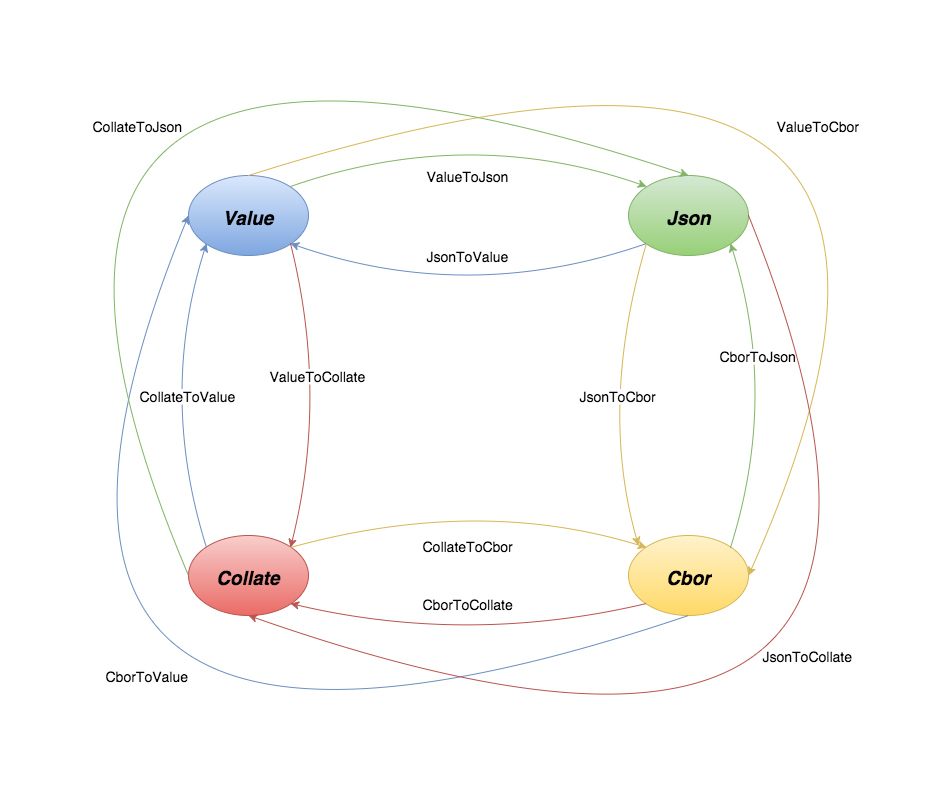
Earlier version of the draw.io export docs/transforms.png (bnclabs/gson). Source tidied: cells renumbered, new cells last; positions are measured from the earlier drawing's top-left corner, leaving out a move shared by most shapes. Source of this version:
```xml
<mxGraphModel background="#ffffff">
  <root>
    <mxCell id="0" />
    <mxCell id="1" parent="0" />
    <mxCell id="2" style="ellipse;whiteSpace=wrap;html=1;plain-blue;" parent="1" vertex="1">
      <mxGeometry x="280" y="260" width="120" height="80" as="geometry" />
    </mxCell>
    <mxCell id="3" style="ellipse;whiteSpace=wrap;html=1;plain-red;" parent="1" vertex="1">
      <mxGeometry x="280" y="620" width="120" height="80" as="geometry" />
    </mxCell>
    <mxCell id="4" style="ellipse;whiteSpace=wrap;html=1;plain-green;" parent="1" vertex="1">
      <mxGeometry x="720" y="260" width="120" height="80" as="geometry" />
    </mxCell>
    <mxCell id="5" style="ellipse;whiteSpace=wrap;html=1;plain-yellow;" parent="1" vertex="1">
      <mxGeometry x="720" y="620" width="120" height="80" as="geometry" />
    </mxCell>
    <mxCell id="6" value="ValueToJson" style="endArrow=classic;html=1;curved=1;entryX=0;entryY=0;exitX=1;exitY=0;plain-green;" parent="1" edge="1">
      <mxGeometry x="0.09" y="-48" relative="1" as="geometry">
        <mxPoint x="382" y="271" as="sourcePoint" />
        <mxPoint x="738" y="271" as="targetPoint" />
        <Array as="points">
          <mxPoint x="560" y="209" />
        </Array>
      </mxGeometry>
    </mxCell>
    <mxCell id="7" value="JsonToValue" style="endArrow=classic;html=1;exitX=0;exitY=1;curved=1;entryX=1;entryY=1;plain-blue;" parent="1" edge="1" source="4" target="2">
      <mxGeometry x="0.09" y="-47" relative="1" as="geometry">
        <Array as="points">
          <mxPoint x="560" y="390" />
        </Array>
      </mxGeometry>
    </mxCell>
    <mxCell id="8" value="CollateToValue" style="endArrow=classic;html=1;entryX=0;entryY=1;exitX=0;exitY=0;curved=1;rotation=2;plain-blue;" parent="1" edge="1" source="3" target="2">
      <mxGeometry x="0.06" y="-29" relative="1" as="geometry">
        <Array as="points">
          <mxPoint x="250" y="480" />
        </Array>
        <mxPoint y="-1" as="offset" />
      </mxGeometry>
    </mxCell>
    <mxCell id="9" value="ValueToCollate" style="endArrow=classic;html=1;exitX=1;exitY=1;entryX=1;entryY=0;curved=1;plain-red;" parent="1" edge="1" source="2" target="3">
      <mxGeometry x="-0.14" y="-5" relative="1" as="geometry">
        <Array as="points">
          <mxPoint x="420" y="480" />
        </Array>
      </mxGeometry>
    </mxCell>
    <mxCell id="10" value="CborToCollate" style="endArrow=classic;html=1;entryX=1;entryY=1;exitX=0;exitY=1;curved=1;plain-red;" parent="1" edge="1" source="5" target="3">
      <mxGeometry x="0.05" y="-41" relative="1" as="geometry">
        <Array as="points">
          <mxPoint x="560" y="730" />
        </Array>
      </mxGeometry>
    </mxCell>
    <mxCell id="11" value="CollateToCbor" style="endArrow=classic;html=1;entryX=0;entryY=0;exitX=1;exitY=0;curved=1;plain-yellow;" parent="1" edge="1" source="3" target="5">
      <mxGeometry x="0.08" y="-51" relative="1" as="geometry">
        <Array as="points">
          <mxPoint x="570" y="580" />
        </Array>
      </mxGeometry>
    </mxCell>
    <mxCell id="12" value="CborToJson" style="endArrow=classic;html=1;entryX=1;entryY=1;exitX=1;exitY=0;curved=1;plain-green;" parent="1" edge="1" source="5" target="4">
      <mxGeometry x="0.28" y="7" relative="1" as="geometry">
        <Array as="points">
          <mxPoint x="870" y="480" />
        </Array>
      </mxGeometry>
    </mxCell>
    <mxCell id="13" value="JsonToCbor" style="endArrow=classic;html=1;exitX=0;exitY=1;curved=1;plain-yellow;" parent="1" edge="1" source="4">
      <mxGeometry x="-0.02" y="16" relative="1" as="geometry">
        <mxPoint x="730" y="630" as="targetPoint" />
        <Array as="points">
          <mxPoint x="690" y="490" />
        </Array>
      </mxGeometry>
    </mxCell>
    <mxCell id="14" value="Value" style="text;html=1;strokeColor=none;fillColor=none;align=center;verticalAlign=bottom;whiteSpace=wrap;overflow=hidden;fontStyle=3;fontSize=19;opacity=0;" parent="1" vertex="1">
      <mxGeometry x="309" y="287" width="61" height="28" as="geometry" />
    </mxCell>
    <mxCell id="15" value="Collate" style="text;html=1;strokeColor=none;fillColor=none;align=center;verticalAlign=bottom;whiteSpace=wrap;overflow=hidden;fontStyle=3;fontSize=19;opacity=0;" parent="1" vertex="1">
      <mxGeometry x="303" y="647" width="73" height="27" as="geometry" />
    </mxCell>
    <mxCell id="16" value="Cbor" style="text;html=1;strokeColor=none;fillColor=none;align=center;verticalAlign=bottom;whiteSpace=wrap;overflow=hidden;fontStyle=3;fontSize=19;opacity=0;" parent="1" vertex="1">
      <mxGeometry x="753" y="647" width="54" height="27" as="geometry" />
    </mxCell>
    <mxCell id="17" value="Json" style="text;html=1;strokeColor=none;fillColor=none;align=center;verticalAlign=bottom;whiteSpace=wrap;overflow=hidden;fontStyle=3;fontSize=19;opacity=0;" parent="1" vertex="1">
      <mxGeometry x="753" y="287" width="54" height="27" as="geometry" />
    </mxCell>
    <mxCell id="18" value="CborToValue" style="endArrow=classic;html=1;fontSize=11;entryX=0;entryY=0.5;exitX=0.5;exitY=1;curved=1;plain-blue;" parent="1" edge="1" source="5" target="2">
      <mxGeometry x="-0.3" y="-116" relative="1" as="geometry">
        <Array as="points">
          <mxPoint x="10" y="960" />
        </Array>
      </mxGeometry>
    </mxCell>
    <mxCell id="19" value="ValueToCbor" style="endArrow=classic;html=1;fontSize=11;entryX=1;entryY=0.5;exitX=0.5;exitY=0;curved=1;plain-yellow;" parent="1" edge="1" source="2" target="5">
      <mxGeometry x="-0.27" y="-124" relative="1" as="geometry">
        <Array as="points">
          <mxPoint x="1130" y="10" />
        </Array>
      </mxGeometry>
    </mxCell>
    <mxCell id="20" value="JsonToCollate" style="endArrow=classic;html=1;fontSize=11;entryX=0.5;entryY=1;exitX=1;exitY=0.5;curved=1;plain-red;" parent="1" edge="1" source="4" target="3">
      <mxGeometry x="-0.44" y="-109" relative="1" as="geometry">
        <Array as="points">
          <mxPoint x="1110" y="970" />
        </Array>
      </mxGeometry>
    </mxCell>
    <mxCell id="21" value="CollateToJson" style="endArrow=classic;html=1;fontSize=11;entryX=0.5;entryY=0;exitX=0;exitY=0.5;curved=1;plain-green;" parent="1" edge="1" source="3" target="4">
      <mxGeometry x="-0.44" y="-130" relative="1" as="geometry">
        <Array as="points">
          <mxPoint />
        </Array>
      </mxGeometry>
    </mxCell>
    <mxCell id="22" style="edgeStyle=orthogonalEdgeStyle;curved=1;html=1;exitX=0.75;exitY=0;entryX=0.75;entryY=0;fontSize=11;" parent="1" edge="1" source="17" target="17">
      <mxGeometry relative="1" as="geometry" />
    </mxCell>
  </root>
</mxGraphModel>
```
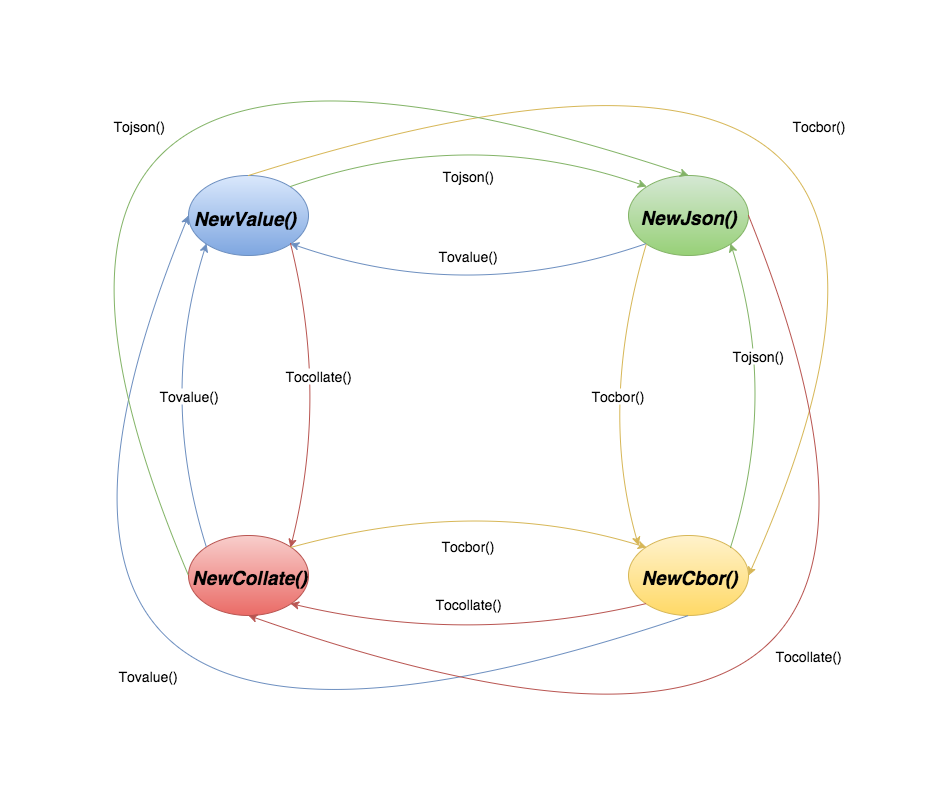
The same diagram one commit later.

Commit message:
update the transforms diagram.

Change to the diagram source:
```diff
@@ -14,7 +14,7 @@
     <mxCell id="5" style="ellipse;whiteSpace=wrap;html=1;plain-yellow;" parent="1" vertex="1">
       <mxGeometry x="720" y="620" width="120" height="80" as="geometry" />
     </mxCell>
-    <mxCell id="6" value="ValueToJson" style="endArrow=classic;html=1;curved=1;entryX=0;entryY=0;exitX=1;exitY=0;plain-green;" parent="1" edge="1">
+    <mxCell id="6" value="Tojson()" style="endArrow=classic;html=1;curved=1;entryX=0;entryY=0;exitX=1;exitY=0;plain-green;" parent="1" edge="1">
       <mxGeometry x="0.09" y="-48" relative="1" as="geometry">
         <mxPoint x="382" y="271" as="sourcePoint" />
         <mxPoint x="738" y="271" as="targetPoint" />
@@ -23,14 +23,14 @@
         </Array>
       </mxGeometry>
     </mxCell>
-    <mxCell id="7" value="JsonToValue" style="endArrow=classic;html=1;exitX=0;exitY=1;curved=1;entryX=1;entryY=1;plain-blue;" parent="1" edge="1" source="4" target="2">
+    <mxCell id="7" value="Tovalue()" style="endArrow=classic;html=1;exitX=0;exitY=1;curved=1;entryX=1;entryY=1;plain-blue;" parent="1" edge="1" source="4" target="2">
       <mxGeometry x="0.09" y="-47" relative="1" as="geometry">
         <Array as="points">
           <mxPoint x="560" y="390" />
         </Array>
       </mxGeometry>
     </mxCell>
-    <mxCell id="8" value="CollateToValue" style="endArrow=classic;html=1;entryX=0;entryY=1;exitX=0;exitY=0;curved=1;rotation=2;plain-blue;" parent="1" edge="1" source="3" target="2">
+    <mxCell id="8" value="Tovalue()" style="endArrow=classic;html=1;entryX=0;entryY=1;exitX=0;exitY=0;curved=1;rotation=2;plain-blue;" parent="1" edge="1" source="3" target="2">
       <mxGeometry x="0.06" y="-29" relative="1" as="geometry">
         <Array as="points">
           <mxPoint x="250" y="480" />
@@ -38,35 +38,35 @@
         <mxPoint y="-1" as="offset" />
       </mxGeometry>
     </mxCell>
-    <mxCell id="9" value="ValueToCollate" style="endArrow=classic;html=1;exitX=1;exitY=1;entryX=1;entryY=0;curved=1;plain-red;" parent="1" edge="1" source="2" target="3">
+    <mxCell id="9" value="Tocollate()" style="endArrow=classic;html=1;exitX=1;exitY=1;entryX=1;entryY=0;curved=1;plain-red;" parent="1" edge="1" source="2" target="3">
       <mxGeometry x="-0.14" y="-5" relative="1" as="geometry">
         <Array as="points">
           <mxPoint x="420" y="480" />
         </Array>
       </mxGeometry>
     </mxCell>
-    <mxCell id="10" value="CborToCollate" style="endArrow=classic;html=1;entryX=1;entryY=1;exitX=0;exitY=1;curved=1;plain-red;" parent="1" edge="1" source="5" target="3">
+    <mxCell id="10" value="Tocollate()" style="endArrow=classic;html=1;entryX=1;entryY=1;exitX=0;exitY=1;curved=1;plain-red;" parent="1" edge="1" source="5" target="3">
       <mxGeometry x="0.05" y="-41" relative="1" as="geometry">
         <Array as="points">
           <mxPoint x="560" y="730" />
         </Array>
       </mxGeometry>
     </mxCell>
-    <mxCell id="11" value="CollateToCbor" style="endArrow=classic;html=1;entryX=0;entryY=0;exitX=1;exitY=0;curved=1;plain-yellow;" parent="1" edge="1" source="3" target="5">
+    <mxCell id="11" value="Tocbor()" style="endArrow=classic;html=1;entryX=0;entryY=0;exitX=1;exitY=0;curved=1;plain-yellow;" parent="1" edge="1" source="3" target="5">
       <mxGeometry x="0.08" y="-51" relative="1" as="geometry">
         <Array as="points">
           <mxPoint x="570" y="580" />
         </Array>
       </mxGeometry>
     </mxCell>
-    <mxCell id="12" value="CborToJson" style="endArrow=classic;html=1;entryX=1;entryY=1;exitX=1;exitY=0;curved=1;plain-green;" parent="1" edge="1" source="5" target="4">
+    <mxCell id="12" value="Tojson()" style="endArrow=classic;html=1;entryX=1;entryY=1;exitX=1;exitY=0;curved=1;plain-green;" parent="1" edge="1" source="5" target="4">
       <mxGeometry x="0.28" y="7" relative="1" as="geometry">
         <Array as="points">
           <mxPoint x="870" y="480" />
         </Array>
       </mxGeometry>
     </mxCell>
-    <mxCell id="13" value="JsonToCbor" style="endArrow=classic;html=1;exitX=0;exitY=1;curved=1;plain-yellow;" parent="1" edge="1" source="4">
+    <mxCell id="13" value="Tocbor()" style="endArrow=classic;html=1;exitX=0;exitY=1;curved=1;plain-yellow;" parent="1" edge="1" source="4">
       <mxGeometry x="-0.02" y="16" relative="1" as="geometry">
         <mxPoint x="730" y="630" as="targetPoint" />
         <Array as="points">
@@ -74,40 +74,40 @@
         </Array>
       </mxGeometry>
     </mxCell>
-    <mxCell id="14" value="Value" style="text;html=1;strokeColor=none;fillColor=none;align=center;verticalAlign=bottom;whiteSpace=wrap;overflow=hidden;fontStyle=3;fontSize=19;opacity=0;" parent="1" vertex="1">
-      <mxGeometry x="309" y="287" width="61" height="28" as="geometry" />
+    <mxCell id="14" value="NewValue()" style="text;html=1;strokeColor=none;fillColor=none;align=center;verticalAlign=bottom;whiteSpace=wrap;overflow=hidden;fontStyle=3;fontSize=19;opacity=0;" parent="1" vertex="1">
+      <mxGeometry x="283" y="287" width="107" height="28" as="geometry" />
     </mxCell>
-    <mxCell id="15" value="Collate" style="text;html=1;strokeColor=none;fillColor=none;align=center;verticalAlign=bottom;whiteSpace=wrap;overflow=hidden;fontStyle=3;fontSize=19;opacity=0;" parent="1" vertex="1">
-      <mxGeometry x="303" y="647" width="73" height="27" as="geometry" />
+    <mxCell id="15" value="NewCollate()" style="text;html=1;strokeColor=none;fillColor=none;align=center;verticalAlign=bottom;whiteSpace=wrap;overflow=hidden;fontStyle=3;fontSize=19;opacity=0;" parent="1" vertex="1">
+      <mxGeometry x="277" y="647" width="127" height="27" as="geometry" />
     </mxCell>
-    <mxCell id="16" value="Cbor" style="text;html=1;strokeColor=none;fillColor=none;align=center;verticalAlign=bottom;whiteSpace=wrap;overflow=hidden;fontStyle=3;fontSize=19;opacity=0;" parent="1" vertex="1">
-      <mxGeometry x="753" y="647" width="54" height="27" as="geometry" />
+    <mxCell id="16" value="NewCbor()" style="text;html=1;strokeColor=none;fillColor=none;align=center;verticalAlign=bottom;whiteSpace=wrap;overflow=hidden;fontStyle=3;fontSize=19;opacity=0;" parent="1" vertex="1">
+      <mxGeometry x="726" y="647" width="107" height="27" as="geometry" />
     </mxCell>
-    <mxCell id="17" value="Json" style="text;html=1;strokeColor=none;fillColor=none;align=center;verticalAlign=bottom;whiteSpace=wrap;overflow=hidden;fontStyle=3;fontSize=19;opacity=0;" parent="1" vertex="1">
-      <mxGeometry x="753" y="287" width="54" height="27" as="geometry" />
+    <mxCell id="17" value="NewJson()" style="text;html=1;strokeColor=none;fillColor=none;align=center;verticalAlign=bottom;whiteSpace=wrap;overflow=hidden;fontStyle=3;fontSize=19;opacity=0;" parent="1" vertex="1">
+      <mxGeometry x="724" y="287" width="109" height="27" as="geometry" />
     </mxCell>
-    <mxCell id="18" value="CborToValue" style="endArrow=classic;html=1;fontSize=11;entryX=0;entryY=0.5;exitX=0.5;exitY=1;curved=1;plain-blue;" parent="1" edge="1" source="5" target="2">
+    <mxCell id="18" value="Tovalue()" style="endArrow=classic;html=1;fontSize=11;entryX=0;entryY=0.5;exitX=0.5;exitY=1;curved=1;plain-blue;" parent="1" edge="1" source="5" target="2">
       <mxGeometry x="-0.3" y="-116" relative="1" as="geometry">
         <Array as="points">
           <mxPoint x="10" y="960" />
         </Array>
       </mxGeometry>
     </mxCell>
-    <mxCell id="19" value="ValueToCbor" style="endArrow=classic;html=1;fontSize=11;entryX=1;entryY=0.5;exitX=0.5;exitY=0;curved=1;plain-yellow;" parent="1" edge="1" source="2" target="5">
+    <mxCell id="19" value="Tocbor()" style="endArrow=classic;html=1;fontSize=11;entryX=1;entryY=0.5;exitX=0.5;exitY=0;curved=1;plain-yellow;" parent="1" edge="1" source="2" target="5">
       <mxGeometry x="-0.27" y="-124" relative="1" as="geometry">
         <Array as="points">
           <mxPoint x="1130" y="10" />
         </Array>
       </mxGeometry>
     </mxCell>
-    <mxCell id="20" value="JsonToCollate" style="endArrow=classic;html=1;fontSize=11;entryX=0.5;entryY=1;exitX=1;exitY=0.5;curved=1;plain-red;" parent="1" edge="1" source="4" target="3">
+    <mxCell id="20" value="Tocollate()" style="endArrow=classic;html=1;fontSize=11;entryX=0.5;entryY=1;exitX=1;exitY=0.5;curved=1;plain-red;" parent="1" edge="1" source="4" target="3">
       <mxGeometry x="-0.44" y="-109" relative="1" as="geometry">
         <Array as="points">
           <mxPoint x="1110" y="970" />
         </Array>
       </mxGeometry>
     </mxCell>
-    <mxCell id="21" value="CollateToJson" style="endArrow=classic;html=1;fontSize=11;entryX=0.5;entryY=0;exitX=0;exitY=0.5;curved=1;plain-green;" parent="1" edge="1" source="3" target="4">
+    <mxCell id="21" value="Tojson()" style="endArrow=classic;html=1;fontSize=11;entryX=0.5;entryY=0;exitX=0;exitY=0.5;curved=1;plain-green;" parent="1" edge="1" source="3" target="4">
       <mxGeometry x="-0.44" y="-130" relative="1" as="geometry">
         <Array as="points">
           <mxPoint />
```
